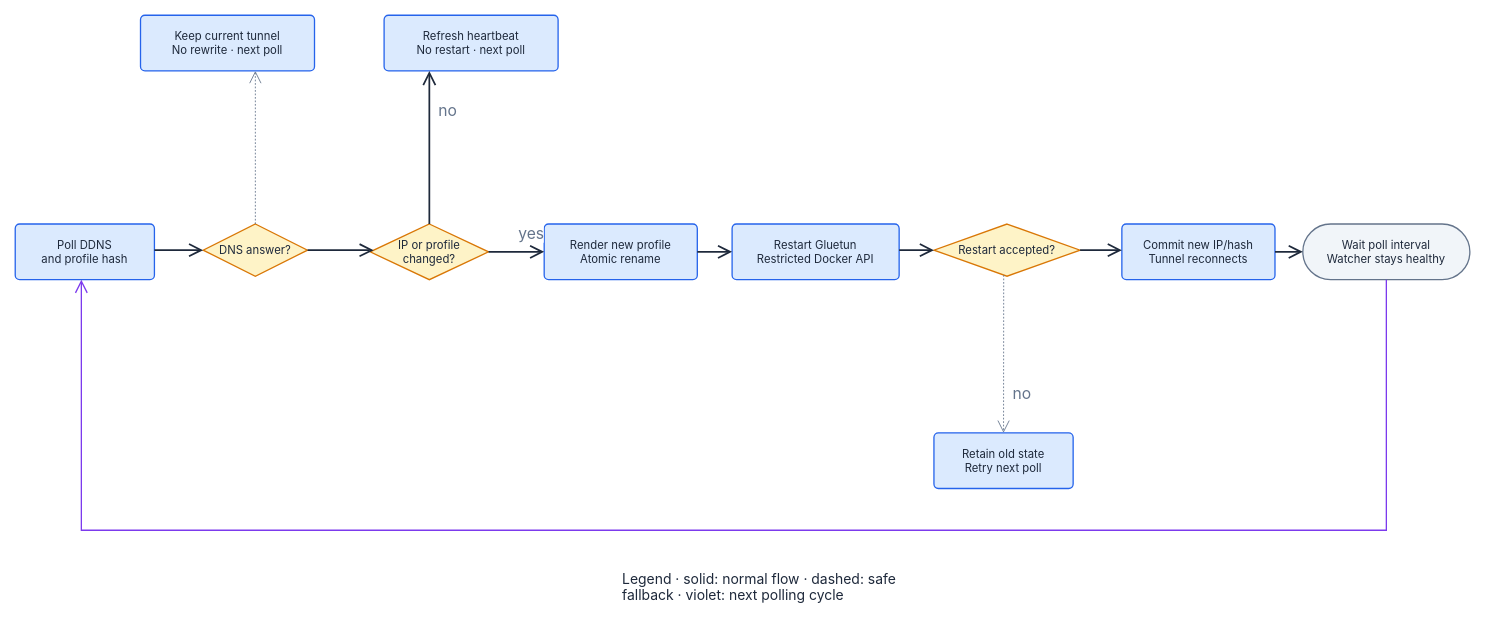
The draw.io diagram docs/assets/ddns-recovery.drawio in DF-wu/ddns-openvpn-proxy, before the edit. Source tidied: cells renumbered, new cells numbered last; positions are measured from the earlier drawing's top-left corner, leaving out a move shared by most shapes. Both pictures are drawn from the tidied source at 87%, with x=0, y=0 at pixel (15, 15).
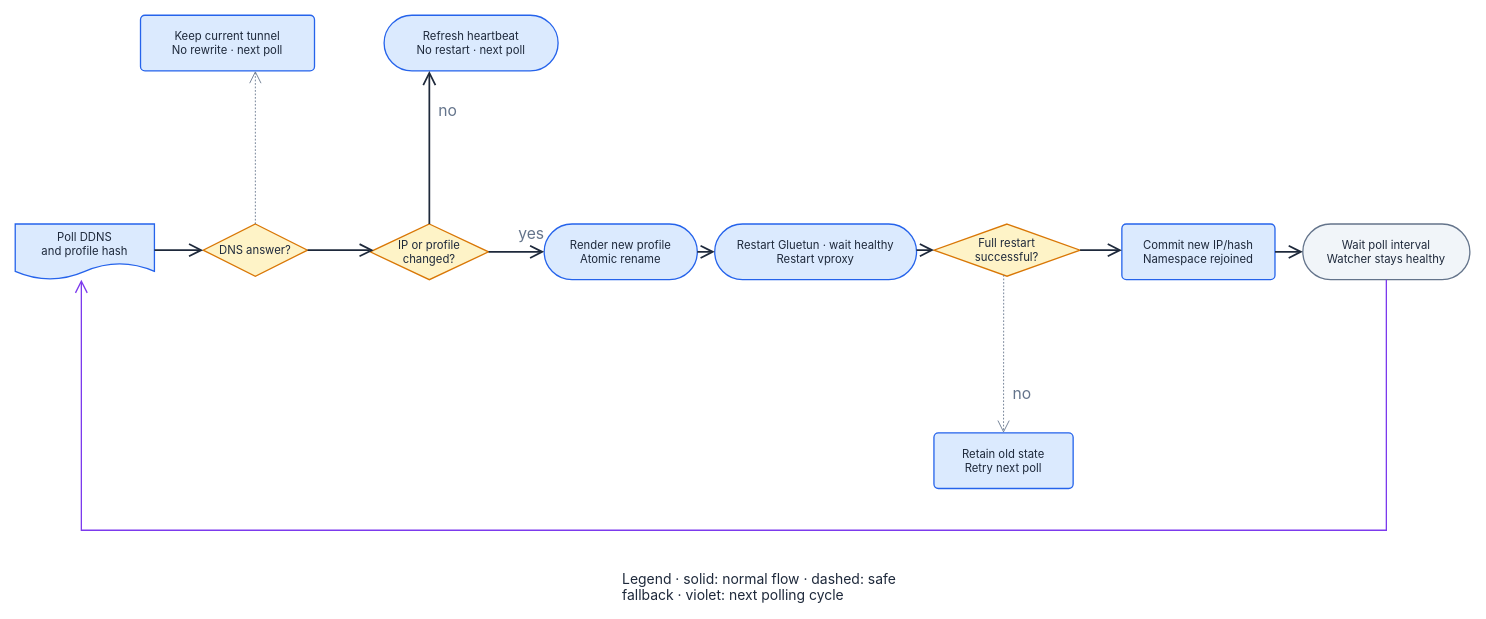
Above is the later version.

What changed in the source:
```diff
@@
-    <mxCell id="2" value="Poll DDNS&lt;br&gt;and profile hash" style="rounded=1;arcSize=8;html=1;whiteSpace=wrap;fillColor=#DBEAFE;strokeColor=#2563EB;strokeWidth=1.5;fontColor=#1E293B;fontSize=13;fontFamily=Inter, Roboto, system-ui, -apple-system, sans-serif;verticalAlign=middle;align=center;" parent="1" vertex="1">
+    <mxCell id="2" value="Poll DDNS&lt;br&gt;and profile hash" style="shape=document;boundedLbl=1;html=1;whiteSpace=wrap;fillColor=#DBEAFE;strokeColor=#2563EB;strokeWidth=1.5;fontColor=#1E293B;fontSize=13;fontFamily=Inter, Roboto, system-ui, -apple-system, sans-serif;verticalAlign=middle;align=center;" parent="1" vertex="1">
       <mxGeometry y="240" width="160" height="64" as="geometry" />
     </mxCell>
@@
-    <mxCell id="6" value="Refresh heartbeat&lt;br&gt;No restart · next poll" style="rounded=1;arcSize=8;html=1;whiteSpace=wrap;fillColor=#DBEAFE;strokeColor=#2563EB;strokeWidth=1.5;fontColor=#1E293B;fontSize=13;fontFamily=Inter, Roboto, system-ui, -apple-system, sans-serif;verticalAlign=middle;align=center;" parent="1" vertex="1">
+    <mxCell id="6" value="Refresh heartbeat&lt;br&gt;No restart · next poll" style="rounded=1;arcSize=50;html=1;whiteSpace=wrap;fillColor=#DBEAFE;strokeColor=#2563EB;strokeWidth=1.5;fontColor=#1E293B;fontSize=13;fontFamily=Inter, Roboto, system-ui, -apple-system, sans-serif;verticalAlign=middle;align=center;" parent="1" vertex="1">
       <mxGeometry x="424" width="200" height="64" as="geometry" />
     </mxCell>
-    <mxCell id="7" value="Render new profile&lt;br&gt;Atomic rename" style="rounded=1;arcSize=8;html=1;whiteSpace=wrap;fillColor=#DBEAFE;strokeColor=#2563EB;strokeWidth=1.5;fontColor=#1E293B;fontSize=13;fontFamily=Inter, Roboto, system-ui, -apple-system, sans-serif;verticalAlign=middle;align=center;" parent="1" vertex="1">
+    <mxCell id="7" value="Render new profile&lt;br&gt;Atomic rename" style="rounded=1;arcSize=50;html=1;whiteSpace=wrap;fillColor=#DBEAFE;strokeColor=#2563EB;strokeWidth=1.5;fontColor=#1E293B;fontSize=13;fontFamily=Inter, Roboto, system-ui, -apple-system, sans-serif;verticalAlign=middle;align=center;" parent="1" vertex="1">
       <mxGeometry x="608" y="240" width="176" height="64" as="geometry" />
     </mxCell>
-    <mxCell id="8" value="Restart Gluetun&lt;br&gt;Restricted Docker API" style="rounded=1;arcSize=8;html=1;whiteSpace=wrap;fillColor=#DBEAFE;strokeColor=#2563EB;strokeWidth=1.5;fontColor=#1E293B;fontSize=13;fontFamily=Inter, Roboto, system-ui, -apple-system, sans-serif;verticalAlign=middle;align=center;" parent="1" vertex="1">
-      <mxGeometry x="824" y="240" width="192" height="64" as="geometry" />
+    <mxCell id="8" value="Restart Gluetun · wait healthy&lt;br&gt;Restart vproxy" style="rounded=1;arcSize=50;html=1;whiteSpace=wrap;fillColor=#DBEAFE;strokeColor=#2563EB;strokeWidth=1.5;fontColor=#1E293B;fontSize=13;fontFamily=Inter, Roboto, system-ui, -apple-system, sans-serif;verticalAlign=middle;align=center;" parent="1" vertex="1">
+      <mxGeometry x="804" y="240" width="232" height="64" as="geometry" />
     </mxCell>
-    <mxCell id="9" value="Restart accepted?" style="rhombus;html=1;whiteSpace=wrap;fillColor=#FEF3C7;strokeColor=#D97706;strokeWidth=1.5;fontColor=#1E293B;fontSize=13;fontFamily=Inter, Roboto, system-ui, -apple-system, sans-serif;verticalAlign=middle;align=center;" parent="1" vertex="1">
+    <mxCell id="9" value="Full restart&lt;br&gt;successful?" style="rhombus;html=1;whiteSpace=wrap;fillColor=#FEF3C7;strokeColor=#D97706;strokeWidth=1.5;fontColor=#1E293B;fontSize=13;fontFamily=Inter, Roboto, system-ui, -apple-system, sans-serif;verticalAlign=middle;align=center;" parent="1" vertex="1">
       <mxGeometry x="1056" y="240" width="168" height="60" as="geometry" />
     </mxCell>
-    <mxCell id="10" value="Commit new IP/hash&lt;br&gt;Tunnel reconnects" style="rounded=1;arcSize=8;html=1;whiteSpace=wrap;fillColor=#DBEAFE;strokeColor=#2563EB;strokeWidth=1.5;fontColor=#1E293B;fontSize=13;fontFamily=Inter, Roboto, system-ui, -apple-system, sans-serif;verticalAlign=middle;align=center;" parent="1" vertex="1">
+    <mxCell id="10" value="Commit new IP/hash&lt;br&gt;Namespace rejoined" style="rounded=1;arcSize=8;html=1;whiteSpace=wrap;fillColor=#DBEAFE;strokeColor=#2563EB;strokeWidth=1.5;fontColor=#1E293B;fontSize=13;fontFamily=Inter, Roboto, system-ui, -apple-system, sans-serif;verticalAlign=middle;align=center;" parent="1" vertex="1">
       <mxGeometry x="1272" y="240" width="176" height="64" as="geometry" />
     </mxCell>
```
